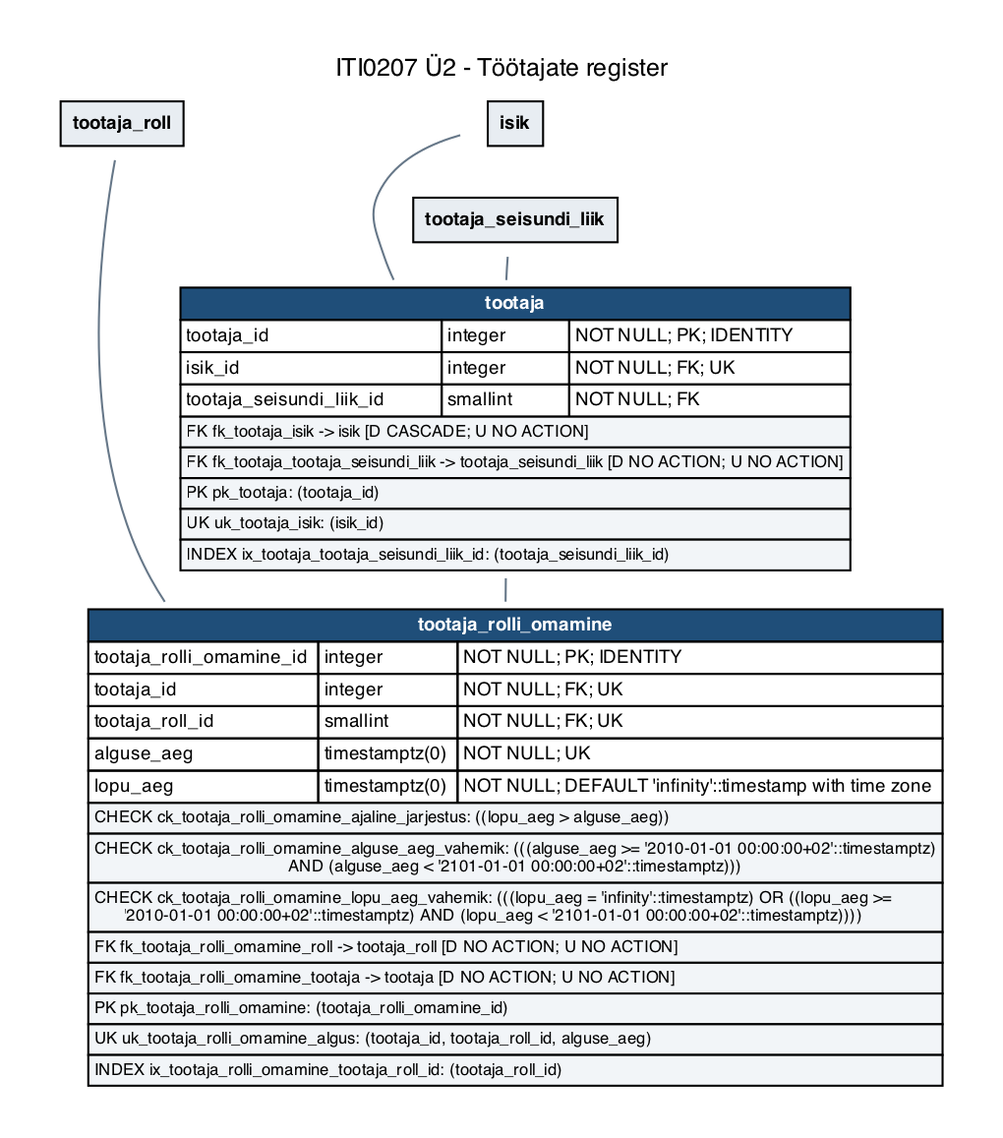
Earlier version of the Graphviz export iti0207-epood/docs/diagrams/u2-03-tootajad.png (tamkivi/andmebaasid-projekt). Its source is kept beside it as iti0207-epood/docs/diagrams/u2-03-tootajad.dot.
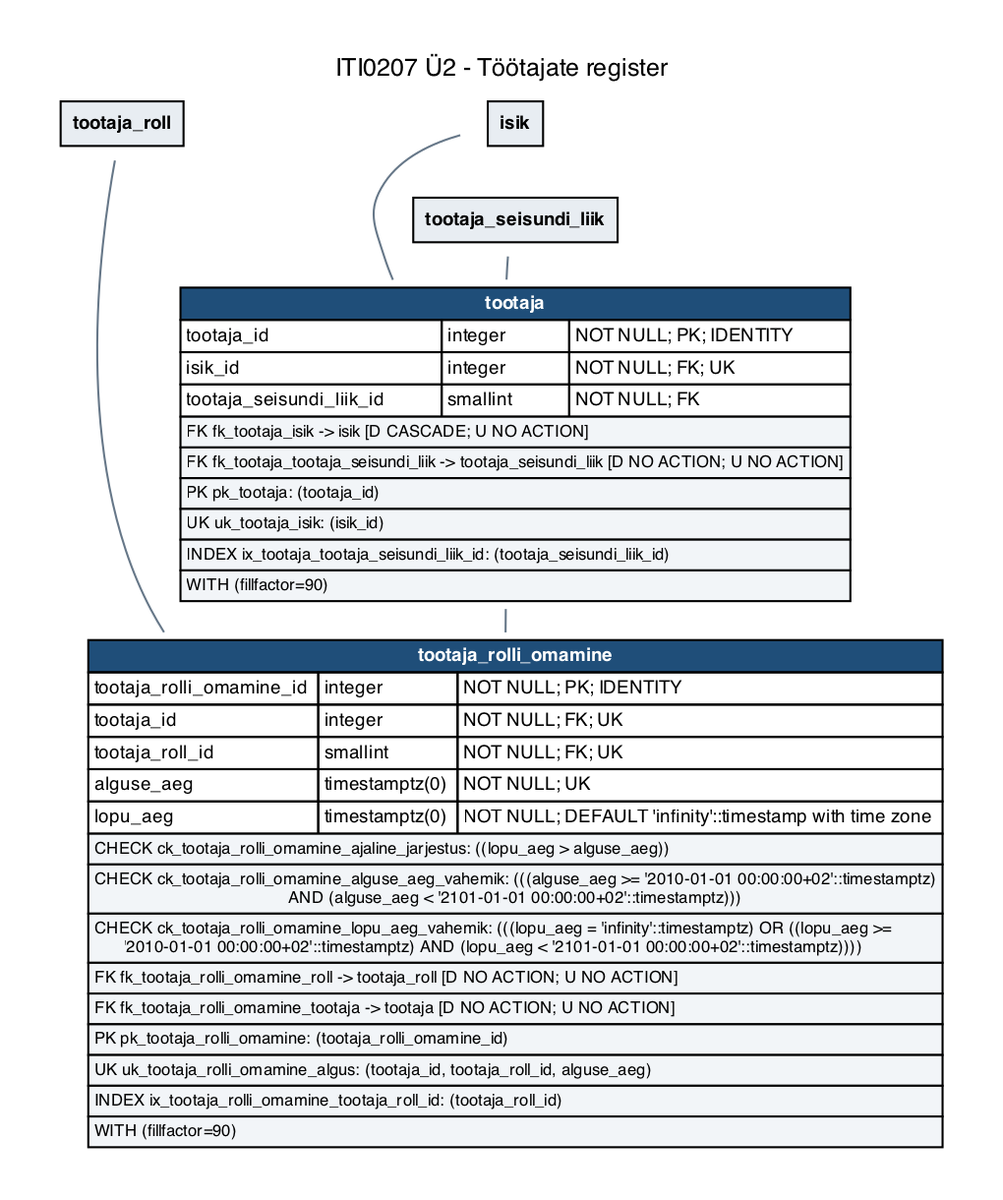
The same diagram one commit later.

Diff of the diagram source:
```diff
@@ -5,8 +5,8 @@
   edge [color="#667788", dir=none, fontsize=8, fontname=Helvetica];
   labelloc="t";
   label="ITI0207 Ü2 - Töötajate register";
-  "tootaja" [label=<<TABLE BORDER="0" CELLBORDER="1" CELLSPACING="0" CELLPADDING="2"><TR><TD COLSPAN="3" BGCOLOR="#1f4e79"><FONT COLOR="white"><B>tootaja</B></FONT></TD></TR><TR><TD ALIGN="LEFT">tootaja_id</TD><TD ALIGN="LEFT">integer</TD><TD ALIGN="LEFT">NOT NULL; PK; IDENTITY</TD></TR><TR><TD ALIGN="LEFT">isik_id</TD><TD ALIGN="LEFT">integer</TD><TD ALIGN="LEFT">NOT NULL; FK; UK</TD></TR><TR><TD ALIGN="LEFT">tootaja_seisundi_liik_id</TD><TD ALIGN="LEFT">smallint</TD><TD ALIGN="LEFT">NOT NULL; FK</TD></TR><TR><TD COLSPAN="3" ALIGN="LEFT" BGCOLOR="#f2f5f8"><FONT POINT-SIZE="8">FK fk_tootaja_isik -&gt; isik [D CASCADE; U NO ACTION]</FONT></TD></TR><TR><TD COLSPAN="3" ALIGN="LEFT" BGCOLOR="#f2f5f8"><FONT POINT-SIZE="8">FK fk_tootaja_tootaja_seisundi_liik -&gt; tootaja_seisundi_liik [D NO ACTION; U NO ACTION]</FONT></TD></TR><TR><TD COLSPAN="3" ALIGN="LEFT" BGCOLOR="#f2f5f8"><FONT POINT-SIZE="8">PK pk_tootaja: (tootaja_id)</FONT></TD></TR><TR><TD COLSPAN="3" ALIGN="LEFT" BGCOLOR="#f2f5f8"><FONT POINT-SIZE="8">UK uk_tootaja_isik: (isik_id)</FONT></TD></TR><TR><TD COLSPAN="3" ALIGN="LEFT" BGCOLOR="#f2f5f8"><FONT POINT-SIZE="8">INDEX ix_tootaja_tootaja_seisundi_liik_id: (tootaja_seisundi_liik_id)</FONT></TD></TR></TABLE>>];
-  "tootaja_rolli_omamine" [label=<<TABLE BORDER="0" CELLBORDER="1" CELLSPACING="0" CELLPADDING="2"><TR><TD COLSPAN="3" BGCOLOR="#1f4e79"><FONT COLOR="white"><B>tootaja_rolli_omamine</B></FONT></TD></TR><TR><TD ALIGN="LEFT">tootaja_rolli_omamine_id</TD><TD ALIGN="LEFT">integer</TD><TD ALIGN="LEFT">NOT NULL; PK; IDENTITY</TD></TR><TR><TD ALIGN="LEFT">tootaja_id</TD><TD ALIGN="LEFT">integer</TD><TD ALIGN="LEFT">NOT NULL; FK; UK</TD></TR><TR><TD ALIGN="LEFT">tootaja_roll_id</TD><TD ALIGN="LEFT">smallint</TD><TD ALIGN="LEFT">NOT NULL; FK; UK</TD></TR><TR><TD ALIGN="LEFT">alguse_aeg</TD><TD ALIGN="LEFT">timestamptz(0)</TD><TD ALIGN="LEFT">NOT NULL; UK</TD></TR><TR><TD ALIGN="LEFT">lopu_aeg</TD><TD ALIGN="LEFT">timestamptz(0)</TD><TD ALIGN="LEFT">NOT NULL; DEFAULT &#x27;infinity&#x27;::timestamp with time zone</TD></TR><TR><TD COLSPAN="3" ALIGN="LEFT" BGCOLOR="#f2f5f8"><FONT POINT-SIZE="8">CHECK ck_tootaja_rolli_omamine_ajaline_jarjestus: ((lopu_aeg &gt; alguse_aeg))</FONT></TD></TR><TR><TD COLSPAN="3" ALIGN="LEFT" BGCOLOR="#f2f5f8"><FONT POINT-SIZE="8">CHECK ck_tootaja_rolli_omamine_alguse_aeg_vahemik: (((alguse_aeg &gt;= &#x27;2010-01-01 00:00:00+02&#x27;::timestamptz)<BR ALIGN="LEFT"/>AND (alguse_aeg &lt; &#x27;2101-01-01 00:00:00+02&#x27;::timestamptz)))</FONT></TD></TR><TR><TD COLSPAN="3" ALIGN="LEFT" BGCOLOR="#f2f5f8"><FONT POINT-SIZE="8">CHECK ck_tootaja_rolli_omamine_lopu_aeg_vahemik: (((lopu_aeg = &#x27;infinity&#x27;::timestamptz) OR ((lopu_aeg &gt;=<BR ALIGN="LEFT"/>&#x27;2010-01-01 00:00:00+02&#x27;::timestamptz) AND (lopu_aeg &lt; &#x27;2101-01-01 00:00:00+02&#x27;::timestamptz))))</FONT></TD></TR><TR><TD COLSPAN="3" ALIGN="LEFT" BGCOLOR="#f2f5f8"><FONT POINT-SIZE="8">FK fk_tootaja_rolli_omamine_roll -&gt; tootaja_roll [D NO ACTION; U NO ACTION]</FONT></TD></TR><TR><TD COLSPAN="3" ALIGN="LEFT" BGCOLOR="#f2f5f8"><FONT POINT-SIZE="8">FK fk_tootaja_rolli_omamine_tootaja -&gt; tootaja [D NO ACTION; U NO ACTION]</FONT></TD></TR><TR><TD COLSPAN="3" ALIGN="LEFT" BGCOLOR="#f2f5f8"><FONT POINT-SIZE="8">PK pk_tootaja_rolli_omamine: (tootaja_rolli_omamine_id)</FONT></TD></TR><TR><TD COLSPAN="3" ALIGN="LEFT" BGCOLOR="#f2f5f8"><FONT POINT-SIZE="8">UK uk_tootaja_rolli_omamine_algus: (tootaja_id, tootaja_roll_id, alguse_aeg)</FONT></TD></TR><TR><TD COLSPAN="3" ALIGN="LEFT" BGCOLOR="#f2f5f8"><FONT POINT-SIZE="8">INDEX ix_tootaja_rolli_omamine_tootaja_roll_id: (tootaja_roll_id)</FONT></TD></TR></TABLE>>];
+  "tootaja" [label=<<TABLE BORDER="0" CELLBORDER="1" CELLSPACING="0" CELLPADDING="2"><TR><TD COLSPAN="3" BGCOLOR="#1f4e79"><FONT COLOR="white"><B>tootaja</B></FONT></TD></TR><TR><TD ALIGN="LEFT">tootaja_id</TD><TD ALIGN="LEFT">integer</TD><TD ALIGN="LEFT">NOT NULL; PK; IDENTITY</TD></TR><TR><TD ALIGN="LEFT">isik_id</TD><TD ALIGN="LEFT">integer</TD><TD ALIGN="LEFT">NOT NULL; FK; UK</TD></TR><TR><TD ALIGN="LEFT">tootaja_seisundi_liik_id</TD><TD ALIGN="LEFT">smallint</TD><TD ALIGN="LEFT">NOT NULL; FK</TD></TR><TR><TD COLSPAN="3" ALIGN="LEFT" BGCOLOR="#f2f5f8"><FONT POINT-SIZE="8">FK fk_tootaja_isik -&gt; isik [D CASCADE; U NO ACTION]</FONT></TD></TR><TR><TD COLSPAN="3" ALIGN="LEFT" BGCOLOR="#f2f5f8"><FONT POINT-SIZE="8">FK fk_tootaja_tootaja_seisundi_liik -&gt; tootaja_seisundi_liik [D NO ACTION; U NO ACTION]</FONT></TD></TR><TR><TD COLSPAN="3" ALIGN="LEFT" BGCOLOR="#f2f5f8"><FONT POINT-SIZE="8">PK pk_tootaja: (tootaja_id)</FONT></TD></TR><TR><TD COLSPAN="3" ALIGN="LEFT" BGCOLOR="#f2f5f8"><FONT POINT-SIZE="8">UK uk_tootaja_isik: (isik_id)</FONT></TD></TR><TR><TD COLSPAN="3" ALIGN="LEFT" BGCOLOR="#f2f5f8"><FONT POINT-SIZE="8">INDEX ix_tootaja_tootaja_seisundi_liik_id: (tootaja_seisundi_liik_id)</FONT></TD></TR><TR><TD COLSPAN="3" ALIGN="LEFT" BGCOLOR="#f2f5f8"><FONT POINT-SIZE="8">WITH (fillfactor=90)</FONT></TD></TR></TABLE>>];
+  "tootaja_rolli_omamine" [label=<<TABLE BORDER="0" CELLBORDER="1" CELLSPACING="0" CELLPADDING="2"><TR><TD COLSPAN="3" BGCOLOR="#1f4e79"><FONT COLOR="white"><B>tootaja_rolli_omamine</B></FONT></TD></TR><TR><TD ALIGN="LEFT">tootaja_rolli_omamine_id</TD><TD ALIGN="LEFT">integer</TD><TD ALIGN="LEFT">NOT NULL; PK; IDENTITY</TD></TR><TR><TD ALIGN="LEFT">tootaja_id</TD><TD ALIGN="LEFT">integer</TD><TD ALIGN="LEFT">NOT NULL; FK; UK</TD></TR><TR><TD ALIGN="LEFT">tootaja_roll_id</TD><TD ALIGN="LEFT">smallint</TD><TD ALIGN="LEFT">NOT NULL; FK; UK</TD></TR><TR><TD ALIGN="LEFT">alguse_aeg</TD><TD ALIGN="LEFT">timestamptz(0)</TD><TD ALIGN="LEFT">NOT NULL; UK</TD></TR><TR><TD ALIGN="LEFT">lopu_aeg</TD><TD ALIGN="LEFT">timestamptz(0)</TD><TD ALIGN="LEFT">NOT NULL; DEFAULT &#x27;infinity&#x27;::timestamp with time zone</TD></TR><TR><TD COLSPAN="3" ALIGN="LEFT" BGCOLOR="#f2f5f8"><FONT POINT-SIZE="8">CHECK ck_tootaja_rolli_omamine_ajaline_jarjestus: ((lopu_aeg &gt; alguse_aeg))</FONT></TD></TR><TR><TD COLSPAN="3" ALIGN="LEFT" BGCOLOR="#f2f5f8"><FONT POINT-SIZE="8">CHECK ck_tootaja_rolli_omamine_alguse_aeg_vahemik: (((alguse_aeg &gt;= &#x27;2010-01-01 00:00:00+02&#x27;::timestamptz)<BR ALIGN="LEFT"/>AND (alguse_aeg &lt; &#x27;2101-01-01 00:00:00+02&#x27;::timestamptz)))</FONT></TD></TR><TR><TD COLSPAN="3" ALIGN="LEFT" BGCOLOR="#f2f5f8"><FONT POINT-SIZE="8">CHECK ck_tootaja_rolli_omamine_lopu_aeg_vahemik: (((lopu_aeg = &#x27;infinity&#x27;::timestamptz) OR ((lopu_aeg &gt;=<BR ALIGN="LEFT"/>&#x27;2010-01-01 00:00:00+02&#x27;::timestamptz) AND (lopu_aeg &lt; &#x27;2101-01-01 00:00:00+02&#x27;::timestamptz))))</FONT></TD></TR><TR><TD COLSPAN="3" ALIGN="LEFT" BGCOLOR="#f2f5f8"><FONT POINT-SIZE="8">FK fk_tootaja_rolli_omamine_roll -&gt; tootaja_roll [D NO ACTION; U NO ACTION]</FONT></TD></TR><TR><TD COLSPAN="3" ALIGN="LEFT" BGCOLOR="#f2f5f8"><FONT POINT-SIZE="8">FK fk_tootaja_rolli_omamine_tootaja -&gt; tootaja [D NO ACTION; U NO ACTION]</FONT></TD></TR><TR><TD COLSPAN="3" ALIGN="LEFT" BGCOLOR="#f2f5f8"><FONT POINT-SIZE="8">PK pk_tootaja_rolli_omamine: (tootaja_rolli_omamine_id)</FONT></TD></TR><TR><TD COLSPAN="3" ALIGN="LEFT" BGCOLOR="#f2f5f8"><FONT POINT-SIZE="8">UK uk_tootaja_rolli_omamine_algus: (tootaja_id, tootaja_roll_id, alguse_aeg)</FONT></TD></TR><TR><TD COLSPAN="3" ALIGN="LEFT" BGCOLOR="#f2f5f8"><FONT POINT-SIZE="8">INDEX ix_tootaja_rolli_omamine_tootaja_roll_id: (tootaja_roll_id)</FONT></TD></TR><TR><TD COLSPAN="3" ALIGN="LEFT" BGCOLOR="#f2f5f8"><FONT POINT-SIZE="8">WITH (fillfactor=90)</FONT></TD></TR></TABLE>>];
   "isik" [label=<<TABLE BORDER="0" CELLBORDER="1" CELLSPACING="0" CELLPADDING="5"><TR><TD BGCOLOR="#e8edf2"><B>isik</B></TD></TR></TABLE>>];
   "tootaja_roll" [label=<<TABLE BORDER="0" CELLBORDER="1" CELLSPACING="0" CELLPADDING="5"><TR><TD BGCOLOR="#e8edf2"><B>tootaja_roll</B></TD></TR></TABLE>>];
   "tootaja_seisundi_liik" [label=<<TABLE BORDER="0" CELLBORDER="1" CELLSPACING="0" CELLPADDING="5"><TR><TD BGCOLOR="#e8edf2"><B>tootaja_seisundi_liik</B></TD></TR></TABLE>>];
```
